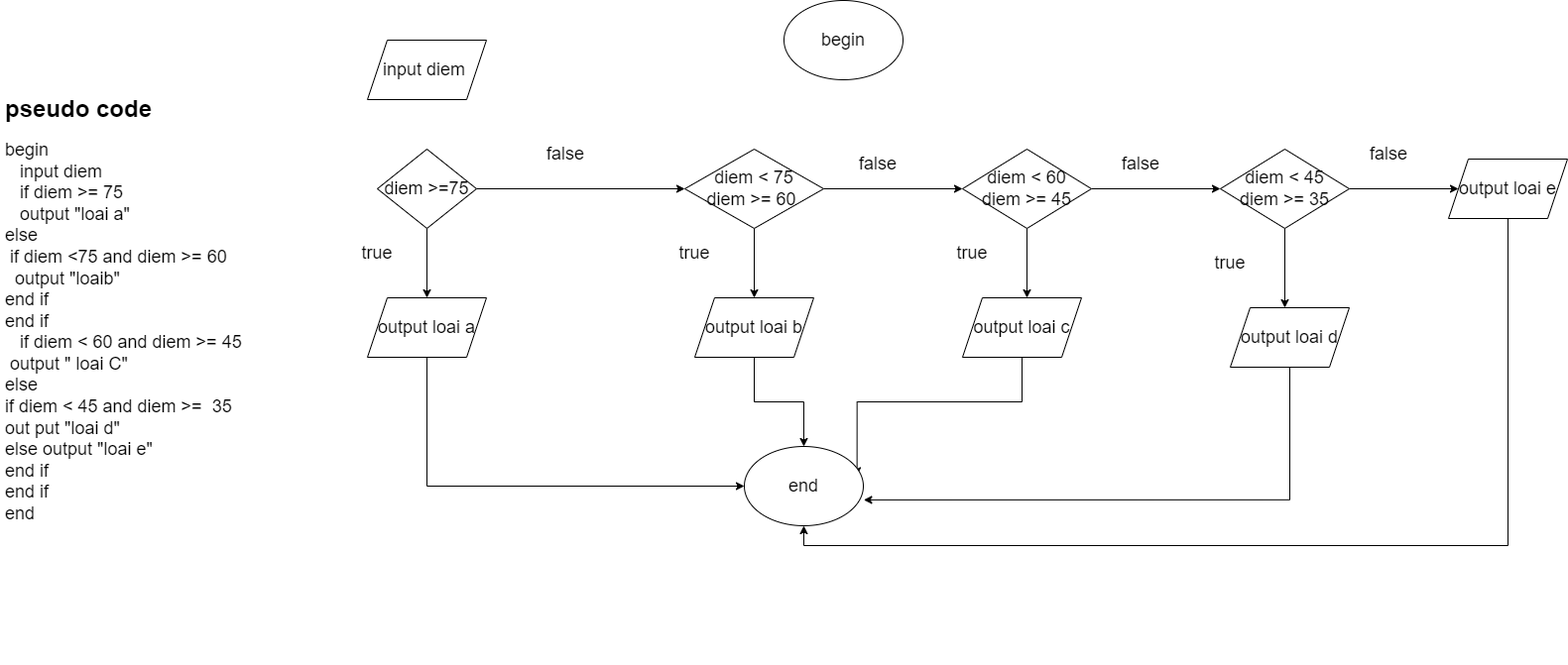
thuantra102/A0222I1_TraTanThuan_Module1 keeps this draw.io diagram as ss3_pseudo_flowchart/bai_tap/MoTaThuatToanCoCauTrucCauDieuKien.png. Above is the earlier version. Source tidied: cells renumbered, new cells last; positions are measured from the earlier drawing's top-left corner, leaving out a move shared by most shapes.
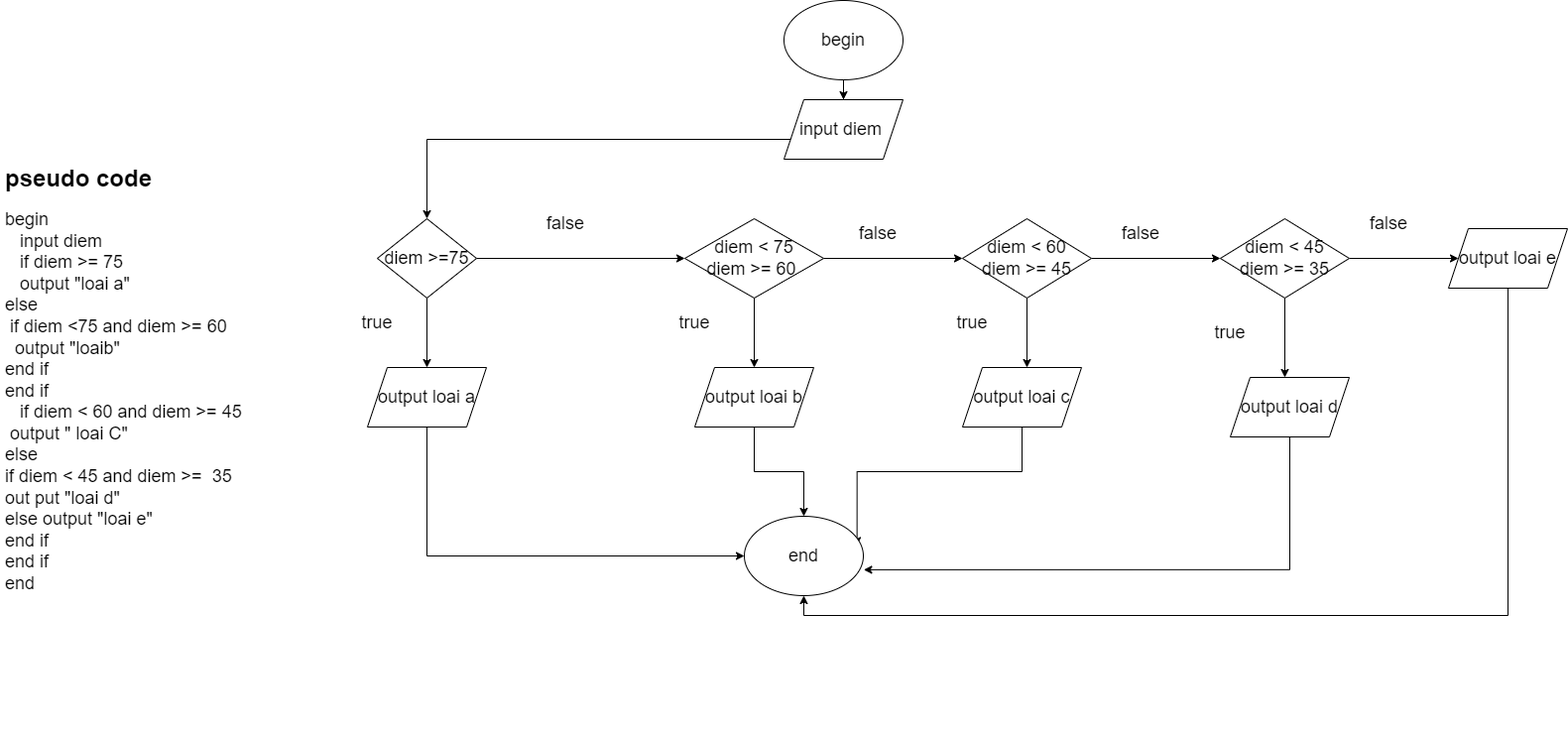
Later version of the same file.

The edit, as a diff of the source:
```diff
@@ -5,11 +5,22 @@
     <mxCell id="2" value="&lt;h1&gt;pseudo code&amp;nbsp;&lt;/h1&gt;&lt;div style=&quot;font-size: 18px&quot;&gt;begin&amp;nbsp;&lt;/div&gt;&lt;div style=&quot;font-size: 18px&quot;&gt;&amp;nbsp; &amp;nbsp;input diem&lt;/div&gt;&lt;div style=&quot;font-size: 18px&quot;&gt;&amp;nbsp; &amp;nbsp;if diem &amp;gt;= 75&amp;nbsp;&amp;nbsp;&lt;/div&gt;&lt;div style=&quot;font-size: 18px&quot;&gt;&amp;nbsp; &amp;nbsp;output &quot;loai a&quot;&lt;/div&gt;&lt;div style=&quot;font-size: 18px&quot;&gt;else&amp;nbsp;&lt;/div&gt;&lt;div style=&quot;font-size: 18px&quot;&gt;&amp;nbsp;if diem &amp;lt;75 and diem &amp;gt;= 60&lt;/div&gt;&lt;div style=&quot;font-size: 18px&quot;&gt;&amp;nbsp; output &quot;loaib&quot;&lt;/div&gt;&lt;div style=&quot;font-size: 18px&quot;&gt;end if&lt;/div&gt;&lt;div style=&quot;font-size: 18px&quot;&gt;end if&lt;/div&gt;&lt;div style=&quot;font-size: 18px&quot;&gt;&amp;nbsp; &amp;nbsp;if diem &amp;lt; 60 and diem &amp;gt;= 45&lt;/div&gt;&lt;div style=&quot;font-size: 18px&quot;&gt;&amp;nbsp;output &quot; loai C&quot;&lt;/div&gt;&lt;div style=&quot;font-size: 18px&quot;&gt;else&amp;nbsp;&lt;/div&gt;&lt;div style=&quot;font-size: 18px&quot;&gt;if diem &amp;lt; 45 and diem &amp;gt;=&amp;nbsp; 35&lt;/div&gt;&lt;div style=&quot;font-size: 18px&quot;&gt;out put &quot;loai d&quot;&lt;/div&gt;&lt;div style=&quot;font-size: 18px&quot;&gt;else output &quot;loai e&quot;&lt;/div&gt;&lt;div style=&quot;font-size: 18px&quot;&gt;end if&amp;nbsp;&lt;/div&gt;&lt;div style=&quot;font-size: 18px&quot;&gt;end if&amp;nbsp;&lt;/div&gt;&lt;div style=&quot;font-size: 18px&quot;&gt;&lt;span&gt;end&lt;/span&gt;&lt;br&gt;&lt;/div&gt;" style="text;html=1;strokeColor=none;fillColor=none;spacing=5;spacingTop=-20;whiteSpace=wrap;overflow=hidden;rounded=0;" parent="1" vertex="1">
       <mxGeometry y="90" width="350" height="580" as="geometry" />
     </mxCell>
+    <mxCell id="36" style="edgeStyle=orthogonalEdgeStyle;rounded=0;jettySize=auto;html=1;exitX=0.5;exitY=1;exitDx=0;exitDy=0;fontSize=18;" parent="1" edge="1" source="3" target="4">
+      <mxGeometry relative="1" as="geometry" />
+    </mxCell>
     <mxCell id="3" value="begin" style="ellipse;whiteSpace=wrap;html=1;fontSize=18;" parent="1" vertex="1">
-      <mxGeometry x="790" width="120" height="80" as="geometry" />
+      <mxGeometry x="790" y="-70" width="120" height="80" as="geometry" />
     </mxCell>
+    <mxCell id="37" style="edgeStyle=orthogonalEdgeStyle;rounded=0;jettySize=auto;html=1;exitX=0.5;exitY=1;exitDx=0;exitDy=0;entryX=0.5;entryY=0;entryDx=0;entryDy=0;fontSize=18;" parent="1" edge="1" source="4" target="7">
+      <mxGeometry relative="1" as="geometry">
+        <Array as="points">
+          <mxPoint x="850" y="70" />
+          <mxPoint x="430" y="70" />
+        </Array>
+      </mxGeometry>
+    </mxCell>
     <mxCell id="4" value="input diem&amp;nbsp;" style="shape=parallelogram;perimeter=parallelogramPerimeter;whiteSpace=wrap;html=1;fixedSize=1;fontSize=18;" parent="1" vertex="1">
-      <mxGeometry x="370" y="40" width="120" height="60" as="geometry" />
+      <mxGeometry x="790" y="30" width="120" height="60" as="geometry" />
     </mxCell>
     <mxCell id="5" style="edgeStyle=orthogonalEdgeStyle;rounded=0;jettySize=auto;html=1;exitX=0.5;exitY=1;exitDx=0;exitDy=0;fontSize=18;" parent="1" edge="1" source="7">
       <mxGeometry relative="1" as="geometry">
```
